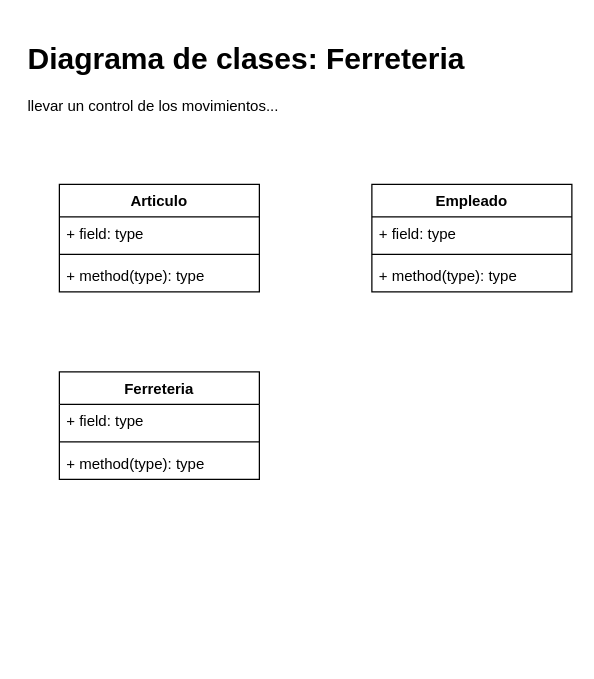
3dg6r/clase1 keeps this draw.io diagram as Diagrama sin título.drawio. Above is the earlier version. Source tidied: cells renumbered, new cells numbered last; positions are measured from the earlier drawing's top-left corner, leaving out a move shared by most shapes. Both pictures are drawn from the tidied source at 125%, with x=0, y=0 at pixel (21, 34).
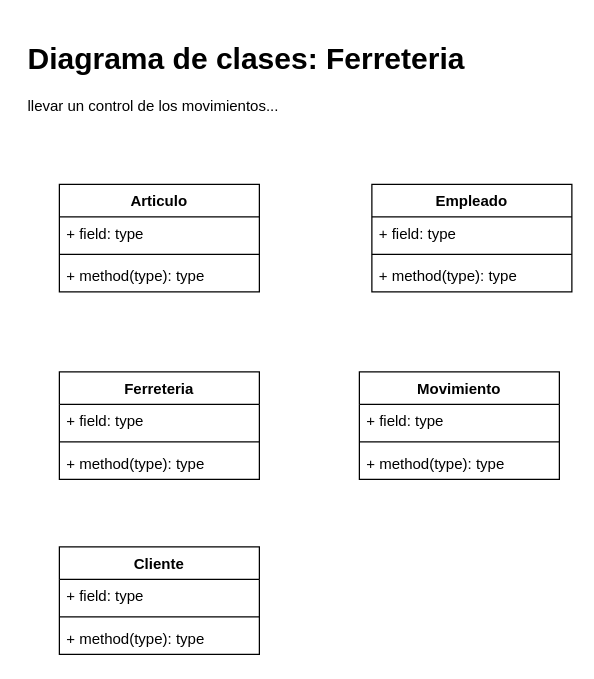
Above is the later version.

Diff of the diagram source:
```diff
@@
+    <mxCell id="15" value="Movimiento" style="swimlane;fontStyle=1;align=center;verticalAlign=top;horizontal=1;startSize=26;" parent="1" vertex="1">
+      <mxGeometry x="270" y="270" width="160" height="86" as="geometry" />
+    </mxCell>
+    <mxCell id="16" value="+ field: type" style="text;strokeColor=none;fillColor=none;align=left;verticalAlign=top;spacingLeft=4;spacingRight=4;overflow=hidden;" parent="15" vertex="1">
+      <mxGeometry y="26" width="160" height="26" as="geometry" />
+    </mxCell>
+    <mxCell id="17" style="line;strokeWidth=1;fillColor=none;align=left;verticalAlign=middle;spacingTop=-1;spacingLeft=3;spacingRight=3;labelPosition=right;" parent="15" vertex="1">
+      <mxGeometry y="52" width="160" height="8" as="geometry" />
+    </mxCell>
+    <mxCell id="18" value="+ method(type): type" style="text;strokeColor=none;fillColor=none;align=left;verticalAlign=top;spacingLeft=4;spacingRight=4;overflow=hidden;" parent="15" vertex="1">
+      <mxGeometry y="60" width="160" height="26" as="geometry" />
+    </mxCell>
+    <mxCell id="19" value="Cliente" style="swimlane;fontStyle=1;align=center;verticalAlign=top;horizontal=1;startSize=26;" parent="1" vertex="1">
+      <mxGeometry x="30" y="410" width="160" height="86" as="geometry" />
+    </mxCell>
+    <mxCell id="20" value="+ field: type" style="text;strokeColor=none;fillColor=none;align=left;verticalAlign=top;spacingLeft=4;spacingRight=4;overflow=hidden;" parent="19" vertex="1">
+      <mxGeometry y="26" width="160" height="26" as="geometry" />
+    </mxCell>
+    <mxCell id="21" style="line;strokeWidth=1;fillColor=none;align=left;verticalAlign=middle;spacingTop=-1;spacingLeft=3;spacingRight=3;labelPosition=right;" parent="19" vertex="1">
+      <mxGeometry y="52" width="160" height="8" as="geometry" />
+    </mxCell>
+    <mxCell id="22" value="+ method(type): type" style="text;strokeColor=none;fillColor=none;align=left;verticalAlign=top;spacingLeft=4;spacingRight=4;overflow=hidden;" parent="19" vertex="1">
+      <mxGeometry y="60" width="160" height="26" as="geometry" />
+    </mxCell>
```
